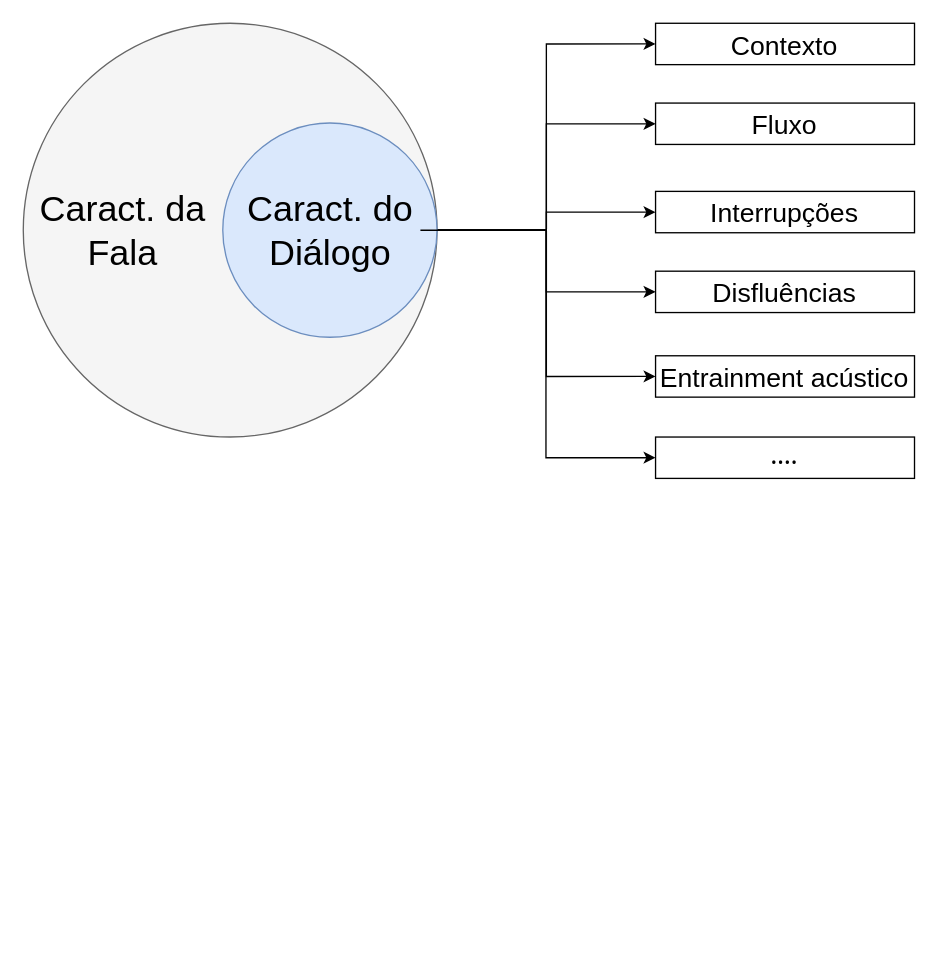
Above: page "Dialogue Charact." (2 of 7) of ConvTTS.drawio in antonioMoreira/my-masters-degree (draw.io), before the change. Source tidied: cells renumbered, new cells numbered last; positions are measured from the earlier drawing's top-left corner, leaving out a move shared by most shapes. Both pictures are drawn from the tidied source at 133%, with x=0, y=0 at pixel (23, 23).
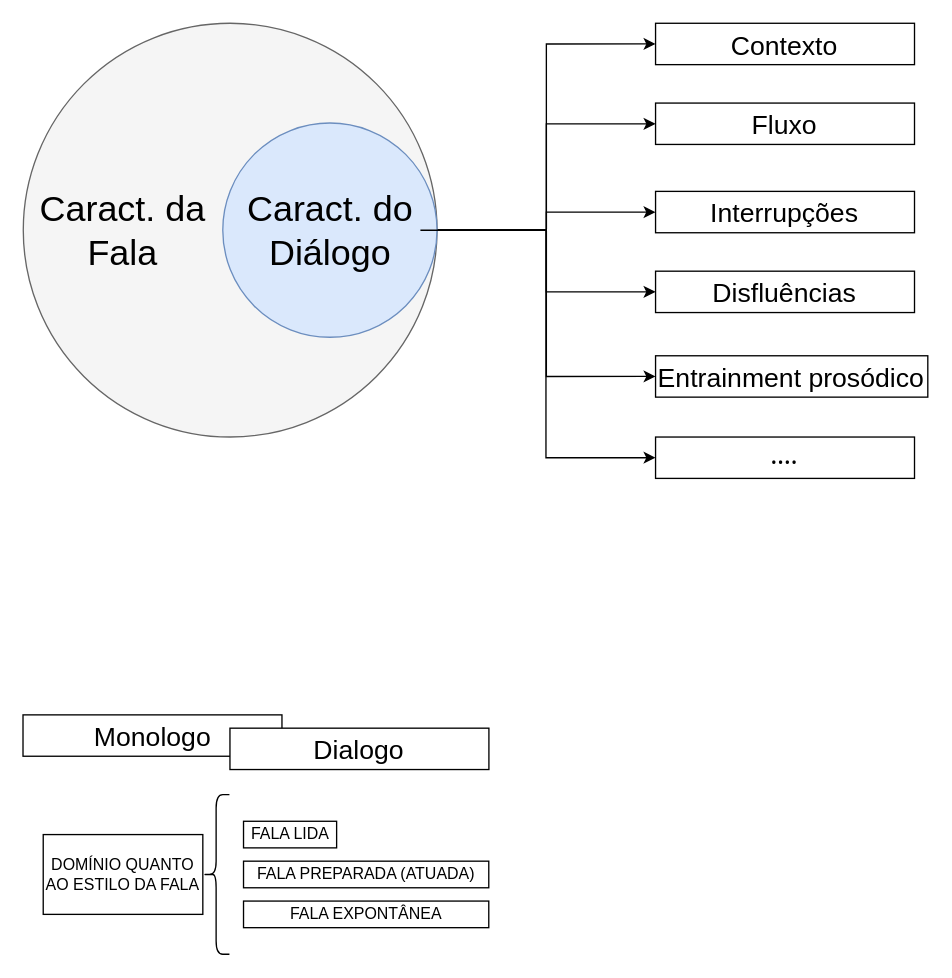
After the change.

The edit, as a diff of the source:
```diff
@@
-    <mxCell id="15" value="&lt;span style=&quot;font-size: 20px;&quot;&gt;Entrainment acústico&lt;/span&gt;" style="rounded=0;whiteSpace=wrap;html=1;fontSize=24;" parent="1" vertex="1">
-      <mxGeometry x="475.4" y="250" width="194.7" height="31.1" as="geometry" />
+    <mxCell id="15" value="&lt;span style=&quot;font-size: 20px;&quot;&gt;Entrainment prosódico&lt;/span&gt;" style="rounded=0;whiteSpace=wrap;html=1;fontSize=24;" parent="1" vertex="1">
+      <mxGeometry x="475.4" y="250" width="204.7" height="31.1" as="geometry" />
     </mxCell>
@@
+    <mxCell id="18" value="Monologo" style="rounded=0;whiteSpace=wrap;html=1;fontSize=20;" parent="1" vertex="1">
+      <mxGeometry x="-0.2" y="520" width="194.7" height="31.1" as="geometry" />
+    </mxCell>
+    <mxCell id="19" value="Dialogo" style="rounded=0;whiteSpace=wrap;html=1;fontSize=20;" parent="1" vertex="1">
+      <mxGeometry x="155.4" y="530" width="194.7" height="31.1" as="geometry" />
+    </mxCell>
+    <mxCell id="20" value="FALA LIDA" style="rounded=0;whiteSpace=wrap;html=1;" parent="1" vertex="1">
+      <mxGeometry x="165.6" y="600" width="70" height="20" as="geometry" />
+    </mxCell>
+    <mxCell id="21" value="FALA PREPARADA (ATUADA)" style="rounded=0;whiteSpace=wrap;html=1;" parent="1" vertex="1">
+      <mxGeometry x="165.6" y="630" width="184.4" height="20" as="geometry" />
+    </mxCell>
+    <mxCell id="22" value="FALA EXPONTÂNEA" style="rounded=0;whiteSpace=wrap;html=1;" parent="1" vertex="1">
+      <mxGeometry x="165.6" y="660" width="184.4" height="20" as="geometry" />
+    </mxCell>
+    <mxCell id="23" value="DOMÍNIO QUANTO AO ESTILO DA FALA" style="rounded=0;whiteSpace=wrap;html=1;" parent="1" vertex="1">
+      <mxGeometry x="15" y="610" width="120" height="60" as="geometry" />
+    </mxCell>
+    <mxCell id="24" style="shape=curlyBracket;whiteSpace=wrap;html=1;rounded=1;labelPosition=left;verticalLabelPosition=middle;align=right;verticalAlign=middle;size=0.5;" parent="1" vertex="1">
+      <mxGeometry x="135" y="580" width="20" height="120" as="geometry" />
+    </mxCell>
```
